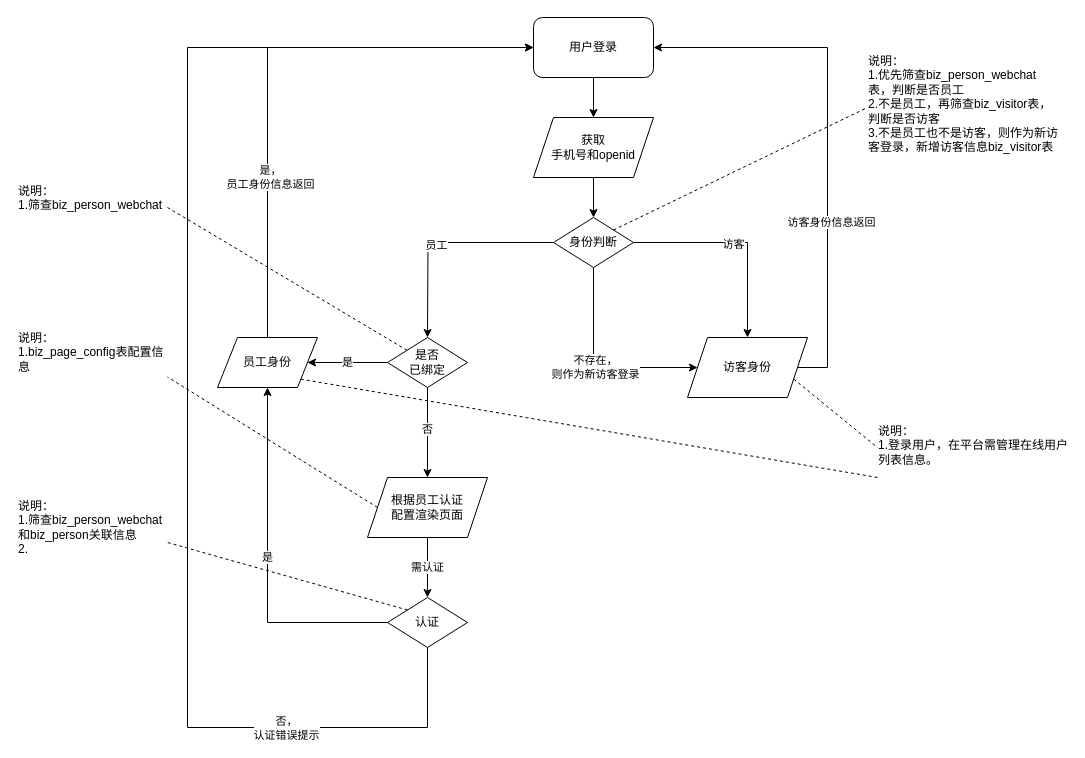
chwnjianhui/draw.io keeps this draw.io diagram as page "小程序登录相关流程" (1 of 12) of 访客迭代3.7.1-平台和小程序和设备交互流程.drawio. Above is the earlier version. Source tidied: cells renumbered, new cells numbered last; positions are measured from the earlier drawing's top-left corner, leaving out a move shared by most shapes. Both pictures are drawn from the tidied source at 100%, with x=0, y=0 at pixel (17, 17).
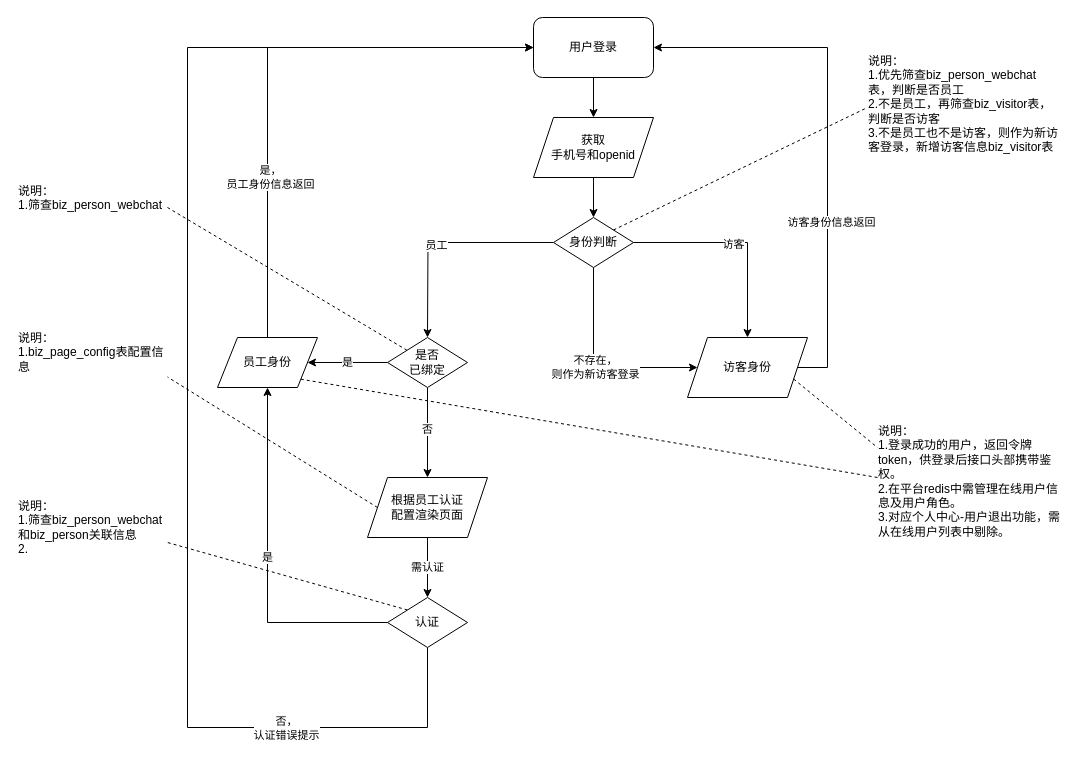
The same page after the edit.

Commit message:
更新访客迭代3.7.1-平台和小程序和设备交互流程.drawio

Diff of the diagram source:
```diff
@@
-    <mxCell id="39" value="说明：&lt;br&gt;1.登录用户，在平台需管理在线用户列表信息。" style="text;html=1;strokeColor=none;fillColor=none;spacing=1;spacingTop=1;whiteSpace=wrap;overflow=hidden;rounded=0;" parent="1" vertex="1">
+    <mxCell id="39" value="说明：&lt;br&gt;1.登录成功的用户，返回令牌token，供登录后接口头部携带鉴权。&lt;br&gt;2.在平台redis中需管理在线用户信息及用户角色。&lt;br&gt;3.对应个人中心-用户退出功能，需从在线用户列表中剔除。" style="text;html=1;strokeColor=none;fillColor=none;spacing=1;spacingTop=1;whiteSpace=wrap;overflow=hidden;rounded=0;" parent="1" vertex="1">
       <mxGeometry x="860" y="400" width="190" height="120" as="geometry" />
     </mxCell>
```
